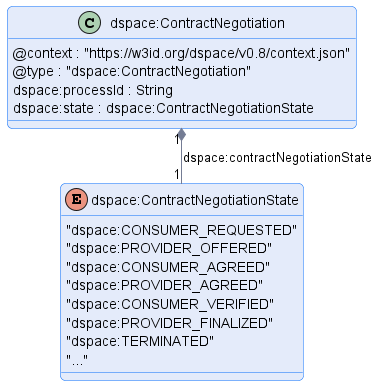
This is negotiation/message/diagram/contract-negotiation.png from International-Data-Spaces-Association/ids-specification, a PlantUML export, as it was before one commit.
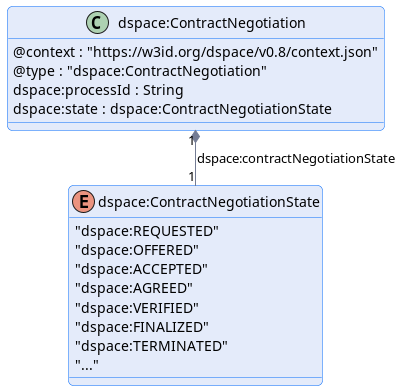
After the change.

Commit message:
Remove CONSUMER_ and PROVIDER_ prefixes from ContractNegotiation states

What changed in the source:
```diff
@@ -14,12 +14,12 @@
 }
 
 enum dspace:ContractNegotiationState {
-    "dspace:CONSUMER_REQUESTED"
-    "dspace:PROVIDER_OFFERED"
-    "dspace:CONSUMER_AGREED"
-    "dspace:PROVIDER_AGREED"
-    "dspace:CONSUMER_VERIFIED"
-    "dspace:PROVIDER_FINALIZED"
+    "dspace:REQUESTED"
+    "dspace:OFFERED"
+    "dspace:ACCEPTED"
+    "dspace:AGREED"
+    "dspace:VERIFIED"
+    "dspace:FINALIZED"
     "dspace:TERMINATED"
     "..."
 }
```
